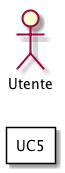
The PlantUML diagram Docs/RP/AnalisiDeiRequisiti/UC/UC5.png in joemerlino/SWEefty, before a commit.
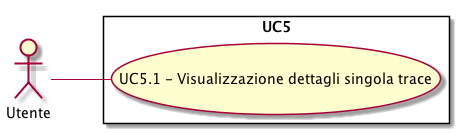
The same file after the commit.

What changed in the source:
```diff
@@ -3,5 +3,6 @@
 skinparam packageStyle rectangle
 actor Utente
 rectangle UC5 {
+Utente -- (UC5.1 - Visualizzazione dettagli singola trace)
 }
 @enduml
```
